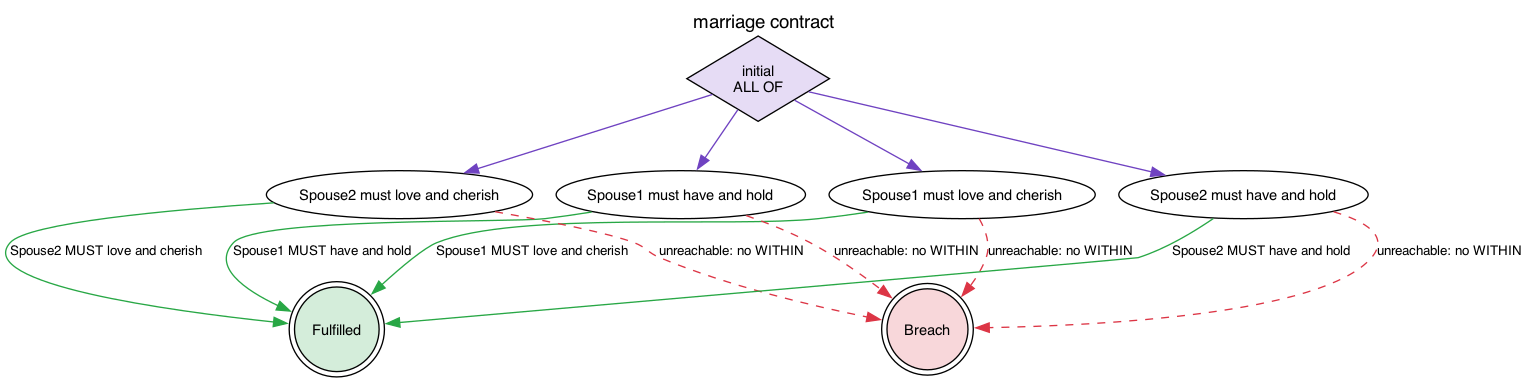
Before: jl4/examples/state-graphs/marriagecontract.png, a diagram exported from Graphviz (legalese/l4-ide). Its source is kept beside it as jl4/examples/state-graphs/marriagecontract.dot.
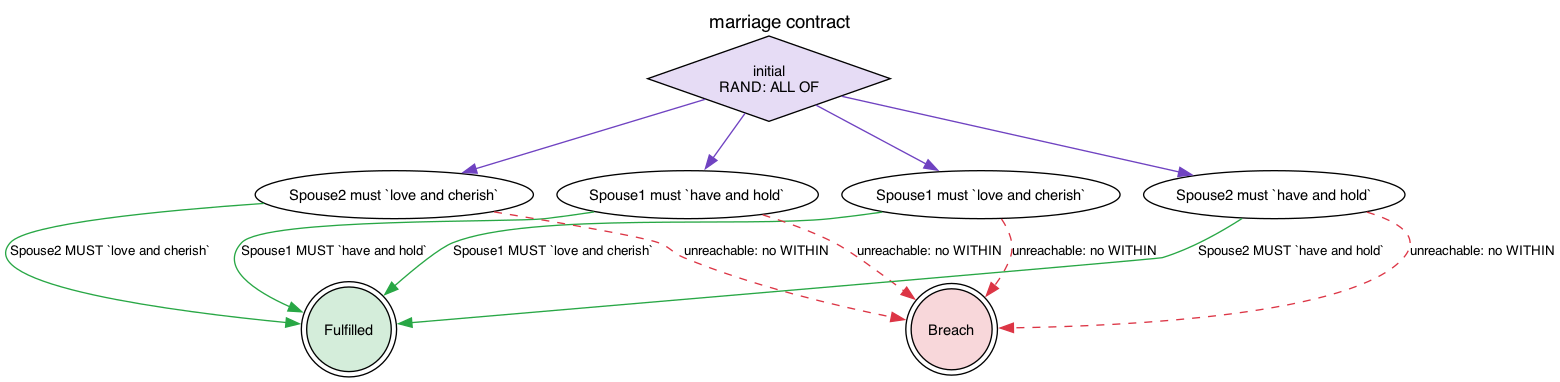
After the change.

What changed in the source:
```diff
@@ -8,12 +8,12 @@
          ,fontsize=11];
     edge [fontname=Helvetica
          ,fontsize=10];
-    0 [label="initial\nALL OF"
+    0 [label="initial\nRAND: ALL OF"
       ,fillcolor=white
       ,style=filled
       ,shape=diamond
       ,fillcolor="#e6dcf5"];
-    1 [label="Spouse1 must love and cherish"
+    1 [label="Spouse1 must `love and cherish`"
       ,fillcolor=white
       ,style=filled
       ,shape=ellipse
@@ -28,17 +28,17 @@
       ,style=filled
       ,shape=doublecircle
       ,fillcolor="#f8d7da"];
-    4 [label="Spouse1 must have and hold"
+    4 [label="Spouse1 must `have and hold`"
       ,fillcolor=white
       ,style=filled
       ,shape=ellipse
       ,fillcolor="#ffffff"];
-    5 [label="Spouse2 must love and cherish"
+    5 [label="Spouse2 must `love and cherish`"
       ,fillcolor=white
       ,style=filled
       ,shape=ellipse
       ,fillcolor="#ffffff"];
-    6 [label="Spouse2 must have and hold"
+    6 [label="Spouse2 must `have and hold`"
       ,fillcolor=white
       ,style=filled
       ,shape=ellipse
@@ -55,25 +55,25 @@
     0 -> 6 [label=""
            ,color="#6f42c1"
            ,style=solid];
-    1 -> 2 [label="Spouse1 MUST love and cherish"
+    1 -> 2 [label="Spouse1 MUST `love and cherish`"
            ,color="#28a745"
            ,style=solid];
     1 -> 3 [label="unreachable: no WITHIN"
            ,color="#dc3545"
            ,style=dashed];
-    4 -> 2 [label="Spouse1 MUST have and hold"
+    4 -> 2 [label="Spouse1 MUST `have and hold`"
            ,color="#28a745"
            ,style=solid];
     4 -> 3 [label="unreachable: no WITHIN"
            ,color="#dc3545"
            ,style=dashed];
-    5 -> 2 [label="Spouse2 MUST love and cherish"
+    5 -> 2 [label="Spouse2 MUST `love and cherish`"
            ,color="#28a745"
            ,style=solid];
     5 -> 3 [label="unreachable: no WITHIN"
            ,color="#dc3545"
            ,style=dashed];
-    6 -> 2 [label="Spouse2 MUST have and hold"
+    6 -> 2 [label="Spouse2 MUST `have and hold`"
            ,color="#28a745"
            ,style=solid];
     6 -> 3 [label="unreachable: no WITHIN"
```
